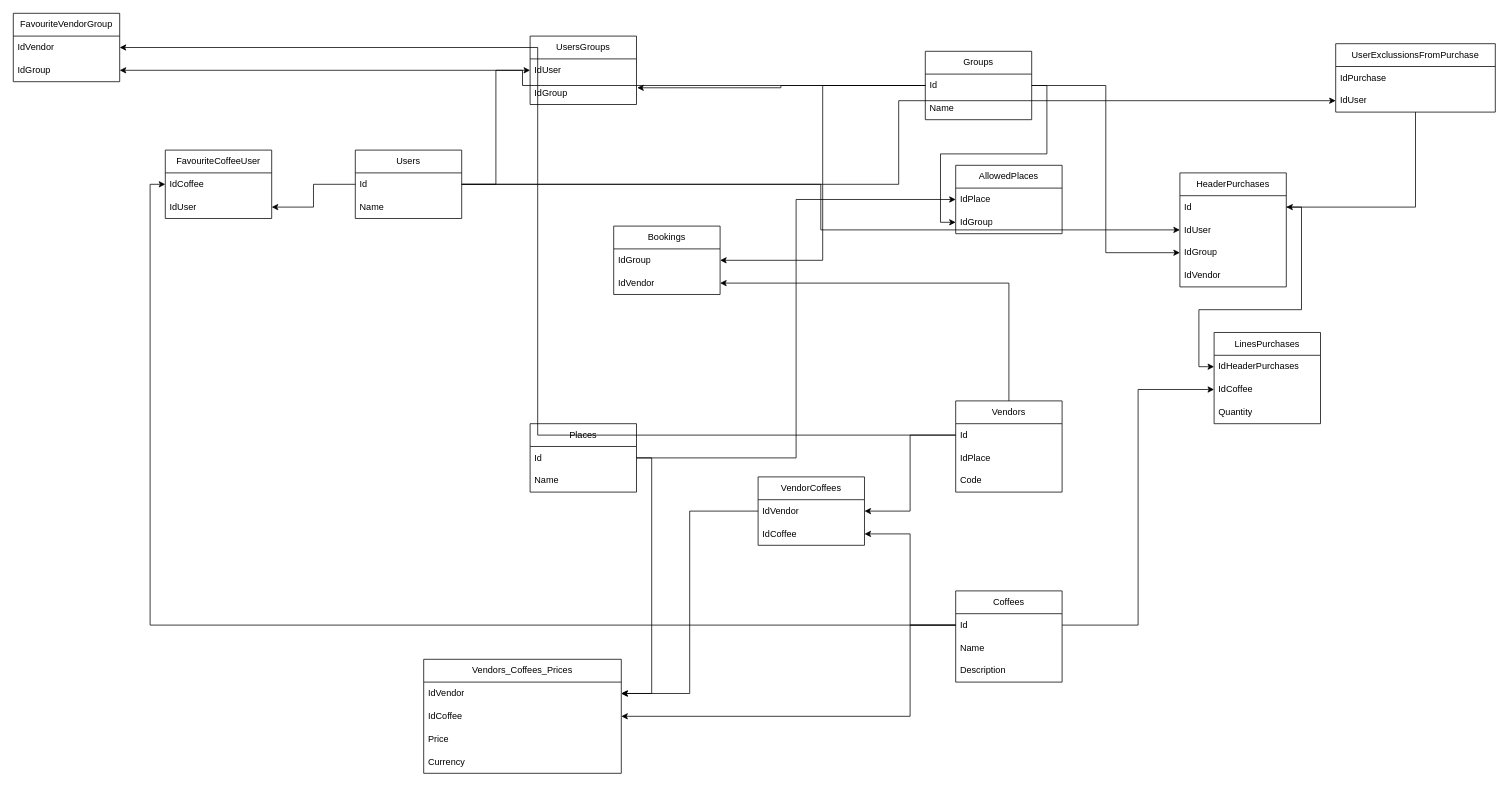
Earlier version of the draw.io diagram page "RelationalDiagram" (1 of 2) of CoffeeTimeBackend-BBDD.drawio (AkumaDevOps/Snakr). Source tidied: cells renumbered, new cells numbered last; positions are measured from the earlier drawing's top-left corner, leaving out a move shared by most shapes. Both pictures are drawn from the tidied source at 76%, with x=0, y=0 at pixel (13, 13).
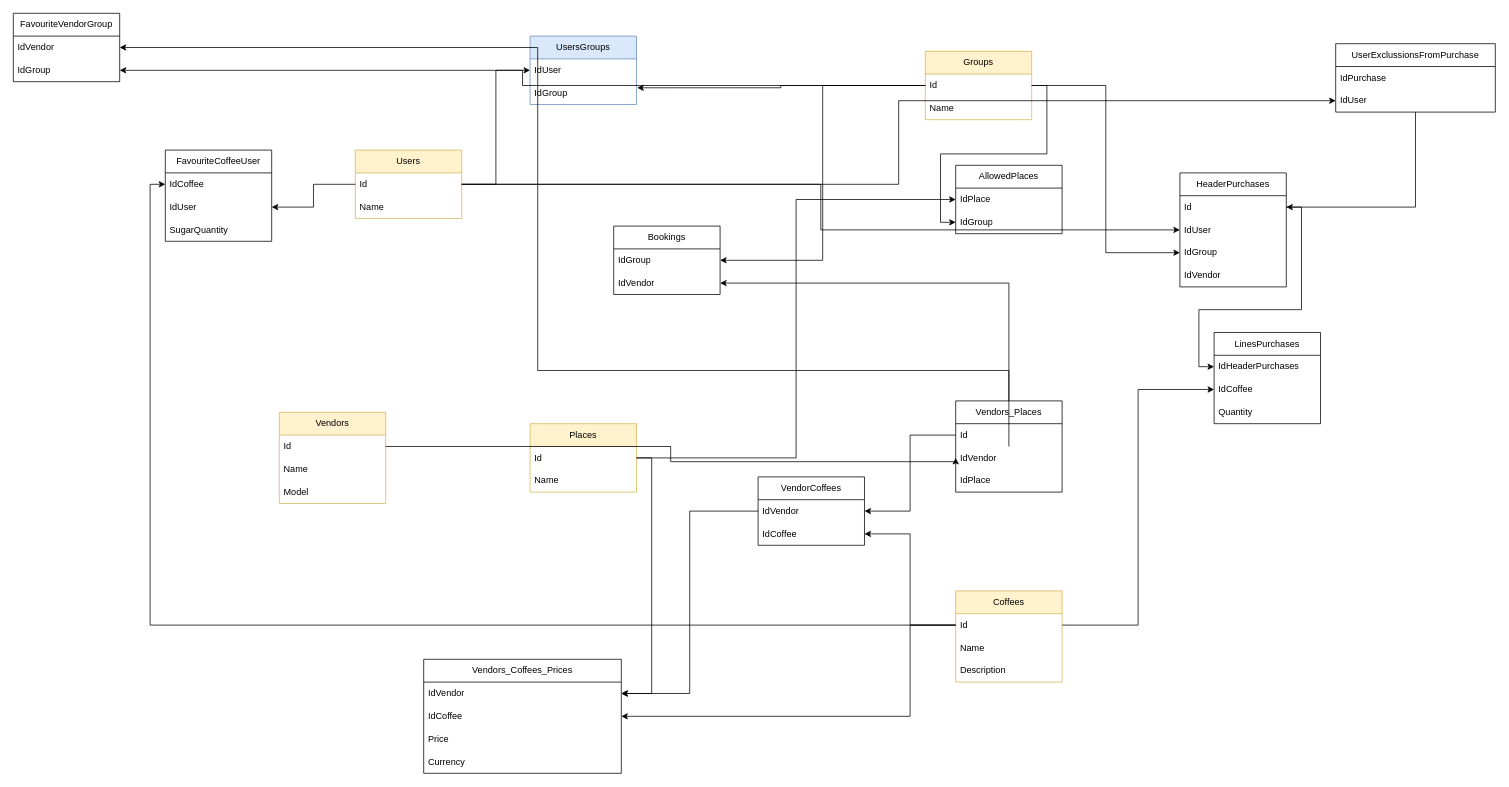
The same diagram, later.

The change refers to these unchanged cells:
```xml
<mxCell id="47" value="IdVendor" style="text;strokeColor=none;fillColor=none;align=left;verticalAlign=middle;spacingLeft=4;spacingRight=4;overflow=hidden;points=[[0,0.5],[1,0.5]];portConstraint=eastwest;whiteSpace=wrap;html=1;" parent="46" vertex="1">
  <mxGeometry y="30" width="140" height="30" as="geometry" />
</mxCell>
<mxCell id="62" value="IdVendor" style="text;strokeColor=none;fillColor=none;align=left;verticalAlign=middle;spacingLeft=4;spacingRight=4;overflow=hidden;points=[[0,0.5],[1,0.5]];portConstraint=eastwest;whiteSpace=wrap;html=1;" parent="61" vertex="1">
  <mxGeometry y="30" width="140" height="30" as="geometry" />
</mxCell>
```

The edit, as a diff of the source:
```diff
@@
-    <mxCell id="2" value="Places" style="swimlane;fontStyle=0;horizontal=1;startSize=30;whiteSpace=wrap;html=1;" parent="1" vertex="1">
+    <mxCell id="2" value="Places" style="swimlane;fontStyle=0;horizontal=1;startSize=30;whiteSpace=wrap;html=1;fillColor=#fff2cc;strokeColor=#d6b656;" parent="1" vertex="1">
       <mxGeometry x="680" y="540" width="140" height="90" as="geometry" />
     </mxCell>
@@
-    <mxCell id="6" value="Vendors" style="swimlane;fontStyle=0;horizontal=1;startSize=30;whiteSpace=wrap;html=1;" parent="1" vertex="1">
+    <mxCell id="6" value="Vendors_Places" style="swimlane;fontStyle=0;horizontal=1;startSize=30;whiteSpace=wrap;html=1;" parent="1" vertex="1">
       <mxGeometry x="1240" y="510" width="140" height="120" as="geometry" />
     </mxCell>
+    <mxCell id="75" value="Id" style="text;strokeColor=none;fillColor=none;align=left;verticalAlign=middle;spacingLeft=4;spacingRight=4;overflow=hidden;points=[[0,0.5],[1,0.5]];portConstraint=eastwest;whiteSpace=wrap;html=1;" parent="6" vertex="1">
+      <mxGeometry y="30" width="140" height="30" as="geometry" />
+    </mxCell>
-    <mxCell id="7" value="Id" style="text;strokeColor=none;fillColor=none;align=left;verticalAlign=middle;spacingLeft=4;spacingRight=4;overflow=hidden;points=[[0,0.5],[1,0.5]];portConstraint=eastwest;whiteSpace=wrap;html=1;" parent="6" vertex="1">
-      <mxGeometry y="30" width="140" height="30" as="geometry" />
+    <mxCell id="7" value="IdVendor" style="text;strokeColor=none;fillColor=none;align=left;verticalAlign=middle;spacingLeft=4;spacingRight=4;overflow=hidden;points=[[0,0.5],[1,0.5]];portConstraint=eastwest;whiteSpace=wrap;html=1;" parent="6" vertex="1">
+      <mxGeometry y="60" width="140" height="30" as="geometry" />
     </mxCell>
     <mxCell id="8" value="IdPlace" style="text;strokeColor=none;fillColor=none;align=left;verticalAlign=middle;spacingLeft=4;spacingRight=4;overflow=hidden;whiteSpace=wrap;html=1;" parent="6" vertex="1">
-      <mxGeometry y="60" width="140" height="30" as="geometry" />
+      <mxGeometry y="90" width="140" height="30" as="geometry" />
     </mxCell>
-    <mxCell id="9" value="Code" style="text;strokeColor=none;fillColor=none;align=left;verticalAlign=middle;spacingLeft=4;spacingRight=4;overflow=hidden;whiteSpace=wrap;html=1;" parent="6" vertex="1">
-      <mxGeometry y="90" width="140" height="30" as="geometry" />
-    </mxCell>
-    <mxCell id="10" value="Users" style="swimlane;fontStyle=0;horizontal=1;startSize=30;whiteSpace=wrap;html=1;" parent="1" vertex="1">
+    <mxCell id="10" value="Users" style="swimlane;fontStyle=0;horizontal=1;startSize=30;whiteSpace=wrap;html=1;fillColor=#fff2cc;strokeColor=#d6b656;" parent="1" vertex="1">
       <mxGeometry x="450" y="180" width="140" height="90" as="geometry" />
     </mxCell>
@@
-    <mxCell id="13" value="Groups" style="swimlane;fontStyle=0;horizontal=1;startSize=30;whiteSpace=wrap;html=1;" parent="1" vertex="1">
+    <mxCell id="13" value="Groups" style="swimlane;fontStyle=0;horizontal=1;startSize=30;whiteSpace=wrap;html=1;fillColor=#fff2cc;strokeColor=#d6b656;" parent="1" vertex="1">
       <mxGeometry x="1200" y="50" width="140" height="90" as="geometry" />
     </mxCell>
@@
-    <mxCell id="16" value="Coffees" style="swimlane;fontStyle=0;horizontal=1;startSize=30;whiteSpace=wrap;html=1;" parent="1" vertex="1">
+    <mxCell id="16" value="Coffees" style="swimlane;fontStyle=0;horizontal=1;startSize=30;whiteSpace=wrap;html=1;fillColor=#fff2cc;strokeColor=#d6b656;" parent="1" vertex="1">
       <mxGeometry x="1240" y="760" width="140" height="120" as="geometry" />
     </mxCell>
@@
-    <mxCell id="37" value="UsersGroups" style="swimlane;fontStyle=0;horizontal=1;startSize=30;whiteSpace=wrap;html=1;" parent="1" vertex="1">
+    <mxCell id="37" value="UsersGroups" style="swimlane;fontStyle=0;horizontal=1;startSize=30;whiteSpace=wrap;html=1;fillColor=#dae8fc;strokeColor=#6c8ebf;" parent="1" vertex="1">
       <mxGeometry x="680" y="30" width="140" height="90" as="geometry" />
     </mxCell>
@@
     <mxCell id="43" value="FavouriteCoffeeUser" style="swimlane;fontStyle=0;horizontal=1;startSize=30;whiteSpace=wrap;html=1;" parent="1" vertex="1">
-      <mxGeometry x="200" y="180" width="140" height="90" as="geometry" />
+      <mxGeometry x="200" y="180" width="140" height="120" as="geometry" />
     </mxCell>
@@
+    <mxCell id="76" value="SugarQuantity" style="text;strokeColor=none;fillColor=none;align=left;verticalAlign=middle;spacingLeft=4;spacingRight=4;overflow=hidden;whiteSpace=wrap;html=1;" parent="43" vertex="1">
+      <mxGeometry y="90" width="140" height="30" as="geometry" />
+    </mxCell>
@@
-    <mxCell id="49" style="edgeStyle=orthogonalEdgeStyle;rounded=0;jettySize=auto;html=1;entryX=1;entryY=0.5;entryDx=0;entryDy=0;" parent="1" edge="1" source="7" target="47">
+    <mxCell id="49" style="edgeStyle=orthogonalEdgeStyle;rounded=0;jettySize=auto;html=1;entryX=1;entryY=0.5;entryDx=0;entryDy=0;" parent="1" edge="1" source="75" target="47">
       <mxGeometry relative="1" as="geometry" />
     </mxCell>
@@
     <mxCell id="64" style="edgeStyle=orthogonalEdgeStyle;rounded=0;jettySize=auto;html=1;entryX=1;entryY=0.5;entryDx=0;entryDy=0;" parent="1" edge="1" source="7" target="62">
-      <mxGeometry relative="1" as="geometry" />
+      <mxGeometry relative="1" as="geometry">
+        <Array as="points">
+          <mxPoint x="1310" y="470" />
+          <mxPoint x="690" y="470" />
+          <mxPoint x="690" y="45" />
+        </Array>
+      </mxGeometry>
     </mxCell>
@@
+    <mxCell id="77" value="Vendors" style="swimlane;fontStyle=0;horizontal=1;startSize=30;whiteSpace=wrap;html=1;fillColor=#fff2cc;strokeColor=#d6b656;" parent="1" vertex="1">
+      <mxGeometry x="350" y="525" width="140" height="120" as="geometry" />
+    </mxCell>
+    <mxCell id="78" value="Id" style="text;strokeColor=none;fillColor=none;align=left;verticalAlign=middle;spacingLeft=4;spacingRight=4;overflow=hidden;points=[[0,0.5],[1,0.5]];portConstraint=eastwest;whiteSpace=wrap;html=1;" parent="77" vertex="1">
+      <mxGeometry y="30" width="140" height="30" as="geometry" />
+    </mxCell>
+    <mxCell id="79" value="Name" style="text;strokeColor=none;fillColor=none;align=left;verticalAlign=middle;spacingLeft=4;spacingRight=4;overflow=hidden;whiteSpace=wrap;html=1;" parent="77" vertex="1">
+      <mxGeometry y="60" width="140" height="30" as="geometry" />
+    </mxCell>
+    <mxCell id="80" value="Model" style="text;strokeColor=none;fillColor=none;align=left;verticalAlign=middle;spacingLeft=4;spacingRight=4;overflow=hidden;whiteSpace=wrap;html=1;" parent="77" vertex="1">
+      <mxGeometry y="90" width="140" height="30" as="geometry" />
+    </mxCell>
+    <mxCell id="81" style="edgeStyle=orthogonalEdgeStyle;rounded=0;jettySize=auto;html=1;entryX=0;entryY=0.5;entryDx=0;entryDy=0;" parent="1" edge="1" source="78" target="7">
+      <mxGeometry relative="1" as="geometry">
+        <Array as="points">
+          <mxPoint x="865" y="570" />
+          <mxPoint x="865" y="590" />
+          <mxPoint x="1240" y="590" />
+        </Array>
+      </mxGeometry>
+    </mxCell>
```
